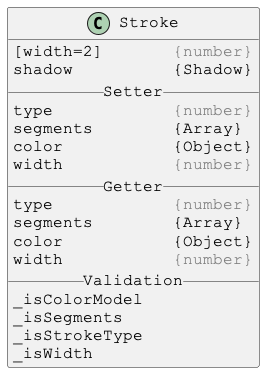
Earlier version of the PlantUML export docs/PlantUml/images/Stroke.png (Justin-Byrne/canvasLab).
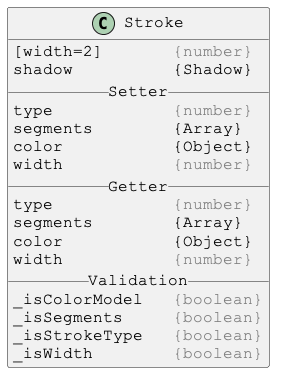
The same diagram one commit later.

What changed in the source:
```diff
@@ -17,10 +17,10 @@
 color           {Object}
 width           <color:gray>{number}</color>
 __ Validation __
-_isColorModel
-_isSegments
-_isStrokeType
-_isWidth
+_isColorModel   <color:gray>{boolean}</color>
+_isSegments     <color:gray>{boolean}</color>
+_isStrokeType   <color:gray>{boolean}</color>
+_isWidth        <color:gray>{boolean}</color>
 }
 
 @enduml
```
